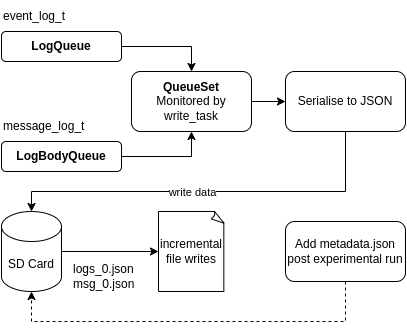
This is report/data_store.png from yallico/robotics_dissertation, a draw.io export, as it was before one commit. Source tidied: cells renumbered, new cells last; positions are measured from the earlier drawing's top-left corner, leaving out a move shared by most shapes. Source of this version:
```xml
<mxGraphModel>
  <root>
    <mxCell id="0" />
    <mxCell id="1" parent="0" />
    <mxCell id="2" style="edgeStyle=orthogonalEdgeStyle;rounded=0;jettySize=auto;html=1;entryX=0.5;entryY=0;entryDx=0;entryDy=0;" parent="1" edge="1" source="3" target="7">
      <mxGeometry relative="1" as="geometry" />
    </mxCell>
    <mxCell id="3" value="&lt;b&gt;LogQueue&lt;/b&gt;" style="rounded=1;whiteSpace=wrap;html=1;" parent="1" vertex="1">
      <mxGeometry y="30" width="120" height="30" as="geometry" />
    </mxCell>
    <mxCell id="4" style="edgeStyle=orthogonalEdgeStyle;rounded=0;jettySize=auto;html=1;entryX=0.5;entryY=1;entryDx=0;entryDy=0;" parent="1" edge="1" source="5" target="7">
      <mxGeometry relative="1" as="geometry" />
    </mxCell>
    <mxCell id="5" value="&lt;b&gt;LogBodyQueue&lt;/b&gt;" style="rounded=1;whiteSpace=wrap;html=1;" parent="1" vertex="1">
      <mxGeometry y="140" width="120" height="30" as="geometry" />
    </mxCell>
    <mxCell id="6" style="edgeStyle=orthogonalEdgeStyle;rounded=0;jettySize=auto;html=1;" parent="1" edge="1" source="7" target="12">
      <mxGeometry relative="1" as="geometry" />
    </mxCell>
    <mxCell id="7" value="&lt;b&gt;QueueSet&lt;/b&gt;&lt;br&gt;Monitored by write_task" style="rounded=1;whiteSpace=wrap;html=1;" parent="1" vertex="1">
      <mxGeometry x="130" y="70" width="120" height="60" as="geometry" />
    </mxCell>
    <mxCell id="8" value="event_log_t" style="text;html=1;align=left;verticalAlign=middle;whiteSpace=wrap;rounded=0;" parent="1" vertex="1">
      <mxGeometry width="120" height="30" as="geometry" />
    </mxCell>
    <mxCell id="9" value="message_log_t" style="text;html=1;align=left;verticalAlign=middle;whiteSpace=wrap;rounded=0;" parent="1" vertex="1">
      <mxGeometry y="110" width="120" height="30" as="geometry" />
    </mxCell>
    <mxCell id="10" style="edgeStyle=orthogonalEdgeStyle;rounded=0;jettySize=auto;html=1;" parent="1" edge="1" source="12" target="13">
      <mxGeometry relative="1" as="geometry">
        <Array as="points">
          <mxPoint x="344" y="190" />
          <mxPoint x="30" y="190" />
        </Array>
      </mxGeometry>
    </mxCell>
    <mxCell id="11" value="write data" style="edgeLabel;html=1;align=center;verticalAlign=middle;" parent="10" vertex="1">
      <mxGeometry x="0.07" y="3" relative="1" as="geometry">
        <mxPoint x="-3" y="-3" as="offset" />
      </mxGeometry>
    </mxCell>
    <mxCell id="12" value="Serialise to JSON" style="rounded=1;whiteSpace=wrap;html=1;" parent="1" vertex="1">
      <mxGeometry x="284" y="70" width="120" height="60" as="geometry" />
    </mxCell>
    <mxCell id="13" value="SD Card" style="shape=cylinder3;whiteSpace=wrap;html=1;boundedLbl=1;backgroundOutline=1;size=15;" parent="1" vertex="1">
      <mxGeometry y="210" width="60" height="80" as="geometry" />
    </mxCell>
    <mxCell id="14" value="logs_0.json&lt;br&gt;msg_0.json" style="text;html=1;align=left;verticalAlign=middle;whiteSpace=wrap;rounded=0;" parent="1" vertex="1">
      <mxGeometry x="70" y="260" width="70" height="30" as="geometry" />
    </mxCell>
    <mxCell id="15" value="incremental file writes" style="whiteSpace=wrap;html=1;shape=mxgraph.basic.document;" parent="1" vertex="1">
      <mxGeometry x="157" y="210" width="66" height="80" as="geometry" />
    </mxCell>
    <mxCell id="16" style="edgeStyle=orthogonalEdgeStyle;rounded=0;jettySize=auto;html=1;entryX=0;entryY=0.5;entryDx=0;entryDy=0;entryPerimeter=0;" parent="1" edge="1" source="13" target="15">
      <mxGeometry relative="1" as="geometry" />
    </mxCell>
    <mxCell id="17" value="Add metadata.json post experimental run" style="rounded=1;whiteSpace=wrap;html=1;" parent="1" vertex="1">
      <mxGeometry x="284" y="220" width="120" height="60" as="geometry" />
    </mxCell>
    <mxCell id="18" style="edgeStyle=orthogonalEdgeStyle;rounded=0;jettySize=auto;html=1;entryX=0.5;entryY=1;entryDx=0;entryDy=0;entryPerimeter=0;dashed=1;" parent="1" edge="1" source="17" target="13">
      <mxGeometry relative="1" as="geometry">
        <Array as="points">
          <mxPoint x="344" y="320" />
          <mxPoint x="30" y="320" />
        </Array>
      </mxGeometry>
    </mxCell>
  </root>
</mxGraphModel>
```
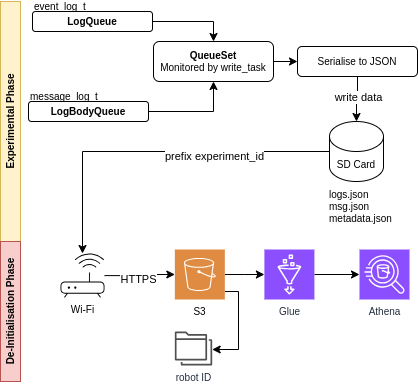
The same file after the commit.

Diff of the diagram source:
```diff
@@ -2,68 +2,93 @@
   <root>
     <mxCell id="0" />
     <mxCell id="1" parent="0" />
-    <mxCell id="2" style="edgeStyle=orthogonalEdgeStyle;rounded=0;jettySize=auto;html=1;entryX=0.5;entryY=0;entryDx=0;entryDy=0;" parent="1" edge="1" source="3" target="7">
+    <mxCell id="2" style="edgeStyle=orthogonalEdgeStyle;rounded=0;jettySize=auto;html=1;entryX=0.5;entryY=0;entryDx=0;entryDy=0;fontSize=10;" parent="1" edge="1" source="3" target="7">
       <mxGeometry relative="1" as="geometry" />
     </mxCell>
-    <mxCell id="3" value="&lt;b&gt;LogQueue&lt;/b&gt;" style="rounded=1;whiteSpace=wrap;html=1;" parent="1" vertex="1">
-      <mxGeometry y="30" width="120" height="30" as="geometry" />
+    <mxCell id="3" value="&lt;b&gt;LogQueue&lt;/b&gt;" style="rounded=1;whiteSpace=wrap;html=1;fontSize=10;" parent="1" vertex="1">
+      <mxGeometry x="142" y="-40" width="120" height="20" as="geometry" />
     </mxCell>
-    <mxCell id="4" style="edgeStyle=orthogonalEdgeStyle;rounded=0;jettySize=auto;html=1;entryX=0.5;entryY=1;entryDx=0;entryDy=0;" parent="1" edge="1" source="5" target="7">
+    <mxCell id="4" style="edgeStyle=orthogonalEdgeStyle;rounded=0;jettySize=auto;html=1;entryX=0.5;entryY=1;entryDx=0;entryDy=0;fontSize=10;" parent="1" edge="1" source="5" target="7">
       <mxGeometry relative="1" as="geometry" />
     </mxCell>
-    <mxCell id="5" value="&lt;b&gt;LogBodyQueue&lt;/b&gt;" style="rounded=1;whiteSpace=wrap;html=1;" parent="1" vertex="1">
-      <mxGeometry y="140" width="120" height="30" as="geometry" />
+    <mxCell id="5" value="&lt;b&gt;LogBodyQueue&lt;/b&gt;" style="rounded=1;whiteSpace=wrap;html=1;fontSize=10;" parent="1" vertex="1">
+      <mxGeometry x="138" y="50" width="120" height="20" as="geometry" />
     </mxCell>
-    <mxCell id="6" style="edgeStyle=orthogonalEdgeStyle;rounded=0;jettySize=auto;html=1;" parent="1" edge="1" source="7" target="12">
+    <mxCell id="6" style="edgeStyle=orthogonalEdgeStyle;rounded=0;jettySize=auto;html=1;fontSize=10;" parent="1" edge="1" source="7" target="12">
       <mxGeometry relative="1" as="geometry" />
     </mxCell>
-    <mxCell id="7" value="&lt;b&gt;QueueSet&lt;/b&gt;&lt;br&gt;Monitored by write_task" style="rounded=1;whiteSpace=wrap;html=1;" parent="1" vertex="1">
-      <mxGeometry x="130" y="70" width="120" height="60" as="geometry" />
+    <mxCell id="7" value="&lt;b&gt;QueueSet&lt;/b&gt;&lt;br&gt;Monitored by write_task" style="rounded=1;whiteSpace=wrap;html=1;fontSize=10;" parent="1" vertex="1">
+      <mxGeometry x="263" y="-10" width="120" height="40" as="geometry" />
     </mxCell>
-    <mxCell id="8" value="event_log_t" style="text;html=1;align=left;verticalAlign=middle;whiteSpace=wrap;rounded=0;" parent="1" vertex="1">
-      <mxGeometry width="120" height="30" as="geometry" />
+    <mxCell id="8" value="event_log_t" style="text;html=1;align=left;verticalAlign=middle;whiteSpace=wrap;rounded=0;fontSize=10;" parent="1" vertex="1">
+      <mxGeometry x="142" y="-50" width="120" height="10" as="geometry" />
     </mxCell>
-    <mxCell id="9" value="message_log_t" style="text;html=1;align=left;verticalAlign=middle;whiteSpace=wrap;rounded=0;" parent="1" vertex="1">
-      <mxGeometry y="110" width="120" height="30" as="geometry" />
+    <mxCell id="9" value="message_log_t" style="text;html=1;align=left;verticalAlign=middle;whiteSpace=wrap;rounded=0;fontSize=10;" parent="1" vertex="1">
+      <mxGeometry x="138" y="40" width="120" height="10" as="geometry" />
     </mxCell>
+    <mxCell id="12" value="Serialise to JSON" style="rounded=1;whiteSpace=wrap;html=1;fontSize=10;" parent="1" vertex="1">
+      <mxGeometry x="407" y="-5" width="120" height="30" as="geometry" />
+    </mxCell>
+    <mxCell id="19" style="edgeStyle=orthogonalEdgeStyle;rounded=0;jettySize=auto;html=1;" parent="1" edge="1" source="13" target="23">
+      <mxGeometry relative="1" as="geometry" />
+    </mxCell>
+    <mxCell id="20" value="prefix experiment_id" style="edgeLabel;html=1;align=center;verticalAlign=middle;" parent="19" vertex="1">
+      <mxGeometry x="-0.34" y="4" relative="1" as="geometry" />
+    </mxCell>
+    <mxCell id="13" value="SD Card" style="shape=cylinder3;whiteSpace=wrap;html=1;boundedLbl=1;backgroundOutline=1;size=15;fontSize=10;" parent="1" vertex="1">
+      <mxGeometry x="439" y="70" width="54" height="60" as="geometry" />
+    </mxCell>
+    <mxCell id="14" value="logs.json&lt;br&gt;msg.json&lt;div&gt;metadata.json&lt;/div&gt;" style="text;html=1;align=left;verticalAlign=middle;whiteSpace=wrap;rounded=0;fontSize=10;" parent="1" vertex="1">
+      <mxGeometry x="437" y="135" width="70" height="40" as="geometry" />
+    </mxCell>
+    <mxCell id="21" style="edgeStyle=orthogonalEdgeStyle;rounded=0;jettySize=auto;html=1;fontSize=10;" parent="1" edge="1" source="23" target="26">
+      <mxGeometry relative="1" as="geometry" />
+    </mxCell>
+    <mxCell id="22" value="HTTPS" style="edgeLabel;html=1;align=center;verticalAlign=middle;" parent="21" vertex="1">
+      <mxGeometry x="-0.07" y="-3" relative="1" as="geometry" />
+    </mxCell>
+    <mxCell id="23" value="Wi-Fi" style="sketch=0;verticalLabelPosition=bottom;sketch=0;html=1;verticalAlign=top;strokeColor=none;fillColor=#000000;align=center;outlineConnect=0;shape=mxgraph.citrix2.wifi_router;fontSize=10;" parent="1" vertex="1">
+      <mxGeometry x="170" y="202" width="44" height="44.1" as="geometry" />
+    </mxCell>
+    <mxCell id="24" style="edgeStyle=orthogonalEdgeStyle;rounded=0;jettySize=auto;html=1;fontSize=10;" parent="1" edge="1" source="26" target="28">
+      <mxGeometry relative="1" as="geometry" />
+    </mxCell>
+    <mxCell id="25" style="edgeStyle=orthogonalEdgeStyle;rounded=0;jettySize=auto;html=1;fontSize=10;" parent="1" edge="1" source="26" target="30">
+      <mxGeometry relative="1" as="geometry">
+        <Array as="points">
+          <mxPoint x="348" y="240" />
+          <mxPoint x="348" y="298" />
+        </Array>
+      </mxGeometry>
+    </mxCell>
+    <mxCell id="26" value="S3" style="sketch=0;shadow=0;dashed=0;html=1;strokeColor=none;fillColor=#DF8C42;labelPosition=center;verticalLabelPosition=bottom;verticalAlign=top;align=center;outlineConnect=0;shape=mxgraph.veeam2.aws_s3;fontSize=10;" parent="1" vertex="1">
+      <mxGeometry x="284.3" y="198" width="50" height="50" as="geometry" />
+    </mxCell>
+    <mxCell id="27" style="edgeStyle=orthogonalEdgeStyle;rounded=0;jettySize=auto;html=1;fontSize=10;" parent="1" edge="1" source="28" target="29">
+      <mxGeometry relative="1" as="geometry" />
+    </mxCell>
+    <mxCell id="28" value="Glue" style="sketch=0;points=[[0,0,0],[0.25,0,0],[0.5,0,0],[0.75,0,0],[1,0,0],[0,1,0],[0.25,1,0],[0.5,1,0],[0.75,1,0],[1,1,0],[0,0.25,0],[0,0.5,0],[0,0.75,0],[1,0.25,0],[1,0.5,0],[1,0.75,0]];outlineConnect=0;fontColor=#232F3E;fillColor=#8C4FFF;strokeColor=#ffffff;dashed=0;verticalLabelPosition=bottom;verticalAlign=top;align=center;html=1;fontSize=10;fontStyle=0;shape=mxgraph.aws4.resourceIcon;resIcon=mxgraph.aws4.glue;" parent="1" vertex="1">
+      <mxGeometry x="373.9" y="198" width="50" height="50" as="geometry" />
+    </mxCell>
+    <mxCell id="29" value="Athena" style="sketch=0;points=[[0,0,0],[0.25,0,0],[0.5,0,0],[0.75,0,0],[1,0,0],[0,1,0],[0.25,1,0],[0.5,1,0],[0.75,1,0],[1,1,0],[0,0.25,0],[0,0.5,0],[0,0.75,0],[1,0.25,0],[1,0.5,0],[1,0.75,0]];outlineConnect=0;fontColor=#232F3E;fillColor=#8C4FFF;strokeColor=#ffffff;dashed=0;verticalLabelPosition=bottom;verticalAlign=top;align=center;html=1;fontSize=10;fontStyle=0;shape=mxgraph.aws4.resourceIcon;resIcon=mxgraph.aws4.athena;" parent="1" vertex="1">
+      <mxGeometry x="469" y="198" width="50" height="50" as="geometry" />
+    </mxCell>
+    <mxCell id="30" value="robot ID" style="sketch=0;outlineConnect=0;fontColor=#232F3E;gradientColor=none;fillColor=#505050;strokeColor=none;dashed=0;verticalLabelPosition=bottom;verticalAlign=top;align=center;html=1;fontSize=10;fontStyle=0;shape=mxgraph.aws4.folders;" parent="1" vertex="1">
+      <mxGeometry x="284.3" y="280" width="37.4" height="34" as="geometry" />
+    </mxCell>
-    <mxCell id="10" style="edgeStyle=orthogonalEdgeStyle;rounded=0;jettySize=auto;html=1;" parent="1" edge="1" source="12" target="13">
-      <mxGeometry relative="1" as="geometry">
-        <Array as="points">
-          <mxPoint x="344" y="190" />
-          <mxPoint x="30" y="190" />
-        </Array>
-      </mxGeometry>
+    <mxCell id="10" style="edgeStyle=orthogonalEdgeStyle;rounded=0;jettySize=auto;html=1;entryX=0.5;entryY=0;entryDx=0;entryDy=0;entryPerimeter=0;" parent="1" edge="1" source="12" target="13">
+      <mxGeometry relative="1" as="geometry" />
     </mxCell>
     <mxCell id="11" value="write data" style="edgeLabel;html=1;align=center;verticalAlign=middle;" parent="10" vertex="1">
-      <mxGeometry x="0.07" y="3" relative="1" as="geometry">
-        <mxPoint x="-3" y="-3" as="offset" />
+      <mxGeometry x="-0.02" y="3" relative="1" as="geometry">
+        <mxPoint x="-3" y="-2" as="offset" />
       </mxGeometry>
     </mxCell>
-    <mxCell id="12" value="Serialise to JSON" style="rounded=1;whiteSpace=wrap;html=1;" parent="1" vertex="1">
-      <mxGeometry x="284" y="70" width="120" height="60" as="geometry" />
-    </mxCell>
-    <mxCell id="13" value="SD Card" style="shape=cylinder3;whiteSpace=wrap;html=1;boundedLbl=1;backgroundOutline=1;size=15;" parent="1" vertex="1">
-      <mxGeometry y="210" width="60" height="80" as="geometry" />
-    </mxCell>
-    <mxCell id="14" value="logs_0.json&lt;br&gt;msg_0.json" style="text;html=1;align=left;verticalAlign=middle;whiteSpace=wrap;rounded=0;" parent="1" vertex="1">
-      <mxGeometry x="70" y="260" width="70" height="30" as="geometry" />
-    </mxCell>
-    <mxCell id="15" value="incremental file writes" style="whiteSpace=wrap;html=1;shape=mxgraph.basic.document;" parent="1" vertex="1">
-      <mxGeometry x="157" y="210" width="66" height="80" as="geometry" />
-    </mxCell>
-    <mxCell id="16" style="edgeStyle=orthogonalEdgeStyle;rounded=0;jettySize=auto;html=1;entryX=0;entryY=0.5;entryDx=0;entryDy=0;entryPerimeter=0;" parent="1" edge="1" source="13" target="15">
-      <mxGeometry relative="1" as="geometry" />
-    </mxCell>
-    <mxCell id="17" value="Add metadata.json post experimental run" style="rounded=1;whiteSpace=wrap;html=1;" parent="1" vertex="1">
-      <mxGeometry x="284" y="220" width="120" height="60" as="geometry" />
-    </mxCell>
-    <mxCell id="18" style="edgeStyle=orthogonalEdgeStyle;rounded=0;jettySize=auto;html=1;entryX=0.5;entryY=1;entryDx=0;entryDy=0;entryPerimeter=0;dashed=1;" parent="1" edge="1" source="17" target="13">
-      <mxGeometry relative="1" as="geometry">
-        <Array as="points">
-          <mxPoint x="344" y="320" />
-          <mxPoint x="30" y="320" />
-        </Array>
-      </mxGeometry>
-    </mxCell>
+    <mxCell id="31" value="&lt;b&gt;&lt;font style=&quot;font-size: 10px;&quot;&gt;Experimental Phase&lt;/font&gt;&lt;/b&gt;" style="rounded=0;whiteSpace=wrap;html=1;horizontal=0;fillColor=#fff2cc;strokeColor=#d6b656;" parent="1" vertex="1">
+      <mxGeometry x="110" y="-50" width="20" height="240" as="geometry" />
+    </mxCell>
+    <mxCell id="32" value="&lt;b&gt;&lt;font style=&quot;font-size: 10px;&quot;&gt;De-Initialisation Phase&lt;/font&gt;&lt;/b&gt;" style="rounded=0;whiteSpace=wrap;html=1;horizontal=0;fillColor=#f8cecc;strokeColor=#b85450;" parent="1" vertex="1">
+      <mxGeometry x="110" y="190" width="20" height="140" as="geometry" />
+    </mxCell>
   </root>
 </mxGraphModel>
```
